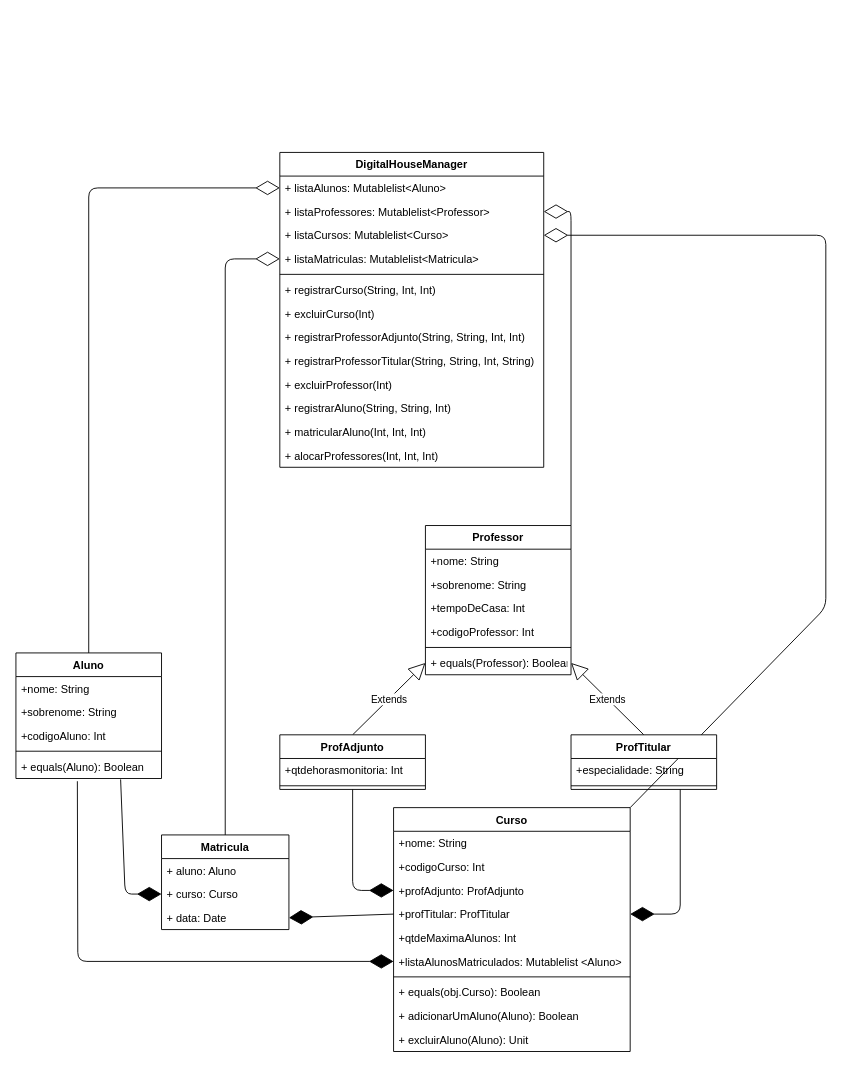
Before: uml_desafioKotlin.drawio in italohmsilva/desafioKotlin, a draw.io diagram. Source tidied: cells renumbered, new cells numbered last; positions are measured from the earlier drawing's top-left corner, leaving out a move shared by most shapes. Both pictures are drawn from the tidied source at 91%, with x=0, y=0 at pixel (15, 152).
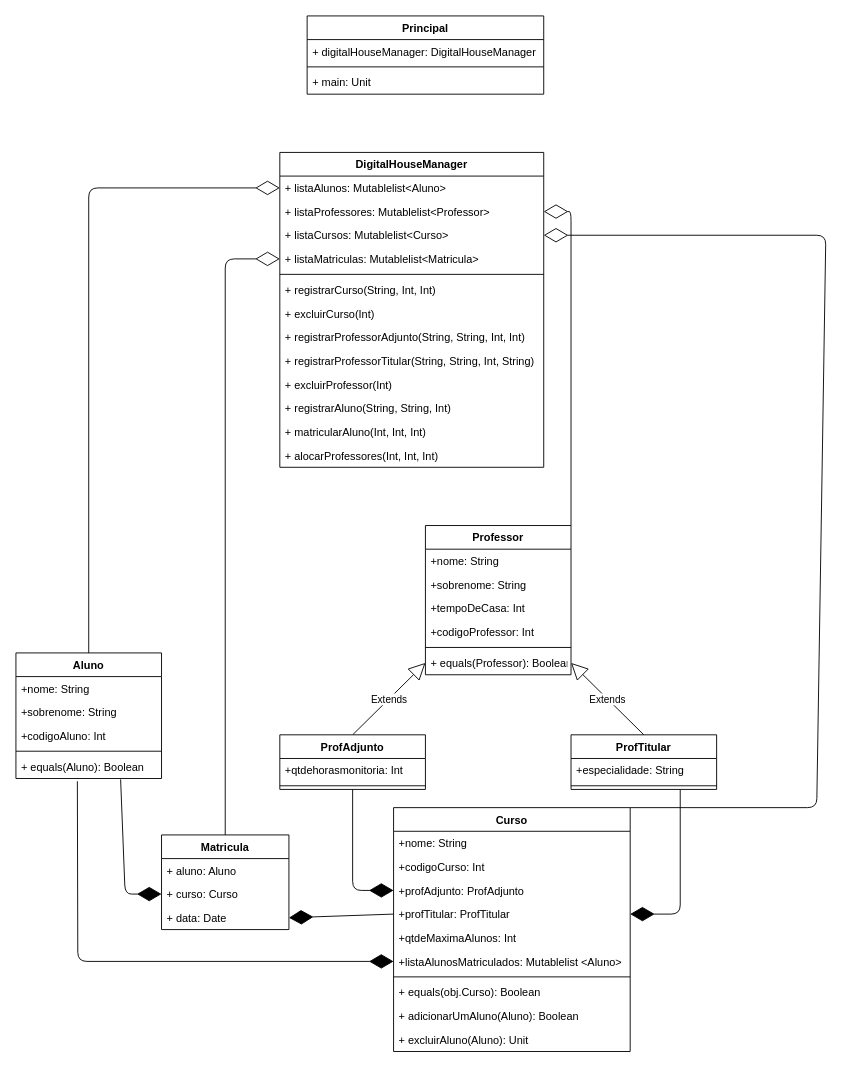
The same page after the edit.

The change refers to these unchanged cells:
```xml
<mxCell id="16" value="+ listaCursos: Mutablelist&lt;Curso&gt;" style="text;strokeColor=none;fillColor=none;align=left;verticalAlign=top;spacingLeft=4;spacingRight=4;overflow=hidden;points=[[0,0.5],[1,0.5]];portConstraint=eastwest;" parent="13" vertex="1">
  <mxGeometry y="78" width="290" height="26" as="geometry" />
</mxCell>
<mxCell id="27" value="Curso" style="swimlane;fontStyle=1;align=center;verticalAlign=top;horizontal=1;startSize=26;" parent="1" vertex="1">
  <mxGeometry x="415" y="720" width="260" height="268" as="geometry" />
</mxCell>
```

Diff of the diagram source:
```diff
@@
     <mxCell id="12" style="endArrow=diamondThin;endFill=0;endSize=24;html=1;exitX=1;exitY=0;exitDx=0;exitDy=0;entryX=1;entryY=0.5;entryDx=0;entryDy=0;" parent="1" edge="1" source="27" target="16">
       <mxGeometry relative="1" as="geometry">
         <Array as="points">
-          <mxPoint x="890" y="500" />
+          <mxPoint x="880" y="720" />
           <mxPoint x="890" y="91" />
         </Array>
       </mxGeometry>
     </mxCell>
@@
+    <mxCell id="61" value="Principal" style="swimlane;fontStyle=1;align=center;verticalAlign=top;horizontal=1;startSize=26;" parent="1" vertex="1">
+      <mxGeometry x="320" y="-150" width="260" height="86" as="geometry" />
+    </mxCell>
+    <mxCell id="62" value="+ digitalHouseManager: DigitalHouseManager" style="text;strokeColor=none;fillColor=none;align=left;verticalAlign=top;spacingLeft=4;spacingRight=4;overflow=hidden;" parent="61" vertex="1">
+      <mxGeometry y="26" width="260" height="26" as="geometry" />
+    </mxCell>
+    <mxCell id="63" style="line;strokeWidth=1;fillColor=none;align=left;verticalAlign=middle;spacingTop=-1;spacingLeft=3;spacingRight=3;labelPosition=right;" parent="61" vertex="1">
+      <mxGeometry y="52" width="260" height="8" as="geometry" />
+    </mxCell>
+    <mxCell id="64" value="+ main: Unit" style="text;strokeColor=none;fillColor=none;align=left;verticalAlign=top;spacingLeft=4;spacingRight=4;overflow=hidden;" parent="61" vertex="1">
+      <mxGeometry y="60" width="260" height="26" as="geometry" />
+    </mxCell>
```
